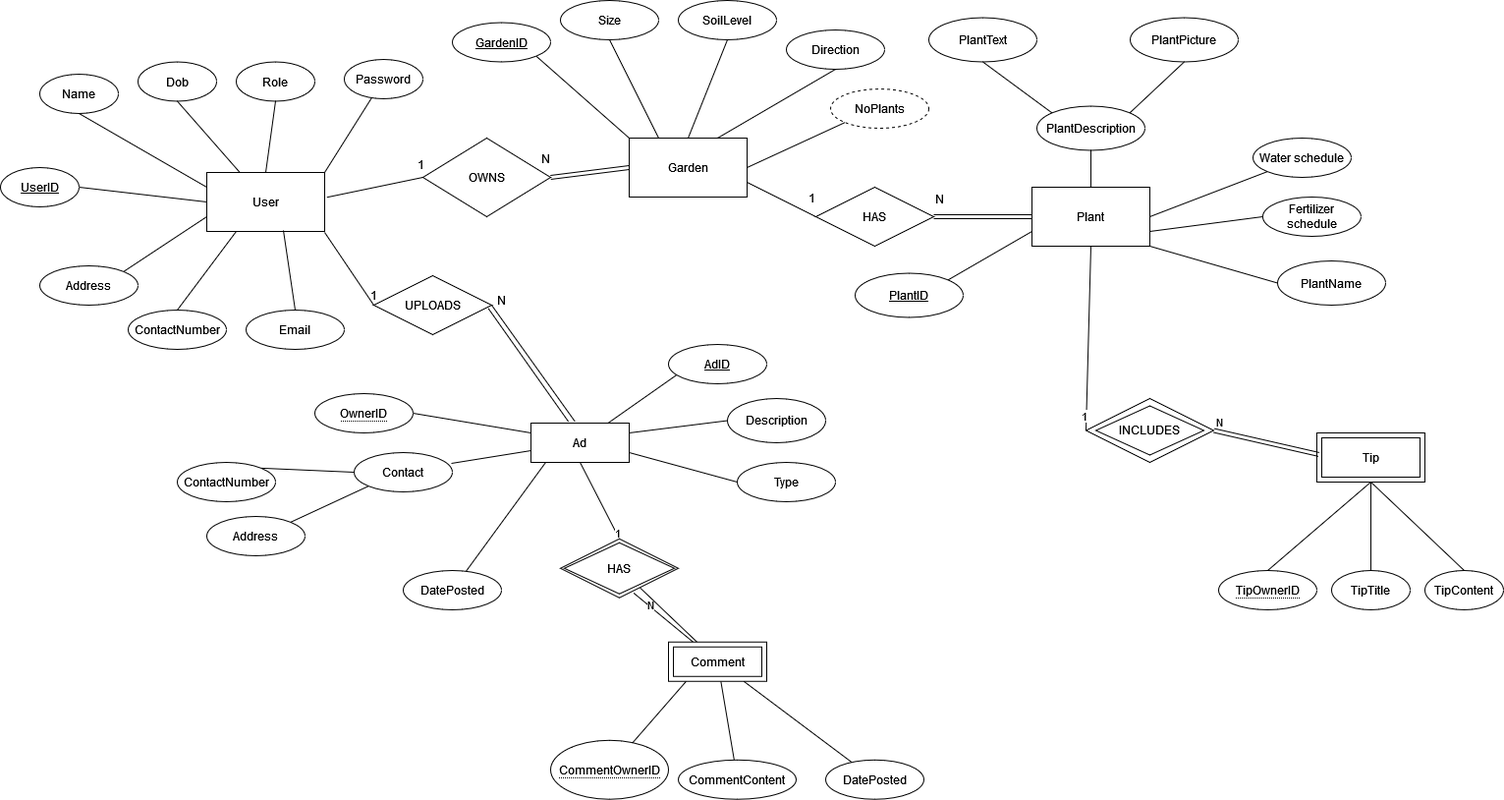
Before: images/er_diagram.png, a diagram exported from draw.io (hannahshiels/dit341). Source tidied: cells renumbered, new cells last; positions are measured from the earlier drawing's top-left corner, leaving out a move shared by most shapes.
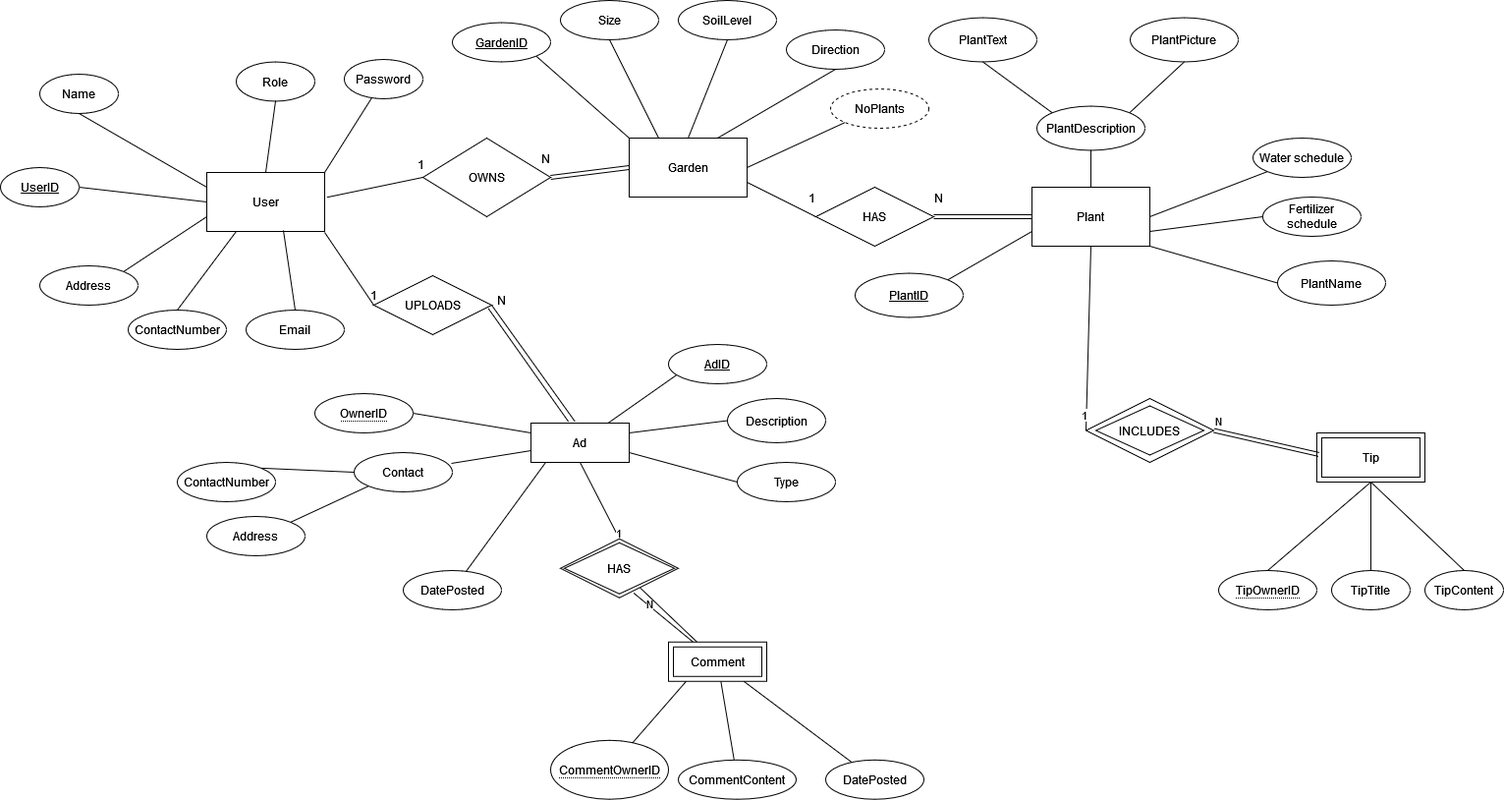
The same file after the commit.

Commit message:
update er diagram and pages description to be more accurate

Diff of the diagram source:
```diff
@@ -11,18 +11,12 @@
     <mxCell id="4" value="Plant" style="whiteSpace=wrap;html=1;align=center;" parent="1" vertex="1">
       <mxGeometry x="1050" y="190" width="120" height="60" as="geometry" />
     </mxCell>
-    <mxCell id="5" style="endArrow=none;html=1;entryX=0.5;entryY=1;entryDx=0;entryDy=0;" parent="1" edge="1" source="3" target="8">
-      <mxGeometry relative="1" as="geometry" />
-    </mxCell>
     <mxCell id="6" style="endArrow=none;html=1;exitX=0;exitY=0.25;exitDx=0;exitDy=0;entryX=0.5;entryY=1;entryDx=0;entryDy=0;" parent="1" edge="1" source="3" target="7">
       <mxGeometry relative="1" as="geometry" />
     </mxCell>
     <mxCell id="7" value="Name" style="ellipse;whiteSpace=wrap;html=1;" parent="1" vertex="1">
       <mxGeometry x="40" y="75" width="80" height="40" as="geometry" />
     </mxCell>
-    <mxCell id="8" value="Dob" style="ellipse;whiteSpace=wrap;html=1;" parent="1" vertex="1">
-      <mxGeometry x="140" y="62.5" width="80" height="40" as="geometry" />
-    </mxCell>
     <mxCell id="9" style="endArrow=none;html=1;entryX=0;entryY=0.5;entryDx=0;entryDy=0;exitX=1;exitY=0.25;exitDx=0;exitDy=0;" parent="1" edge="1" source="56" target="10">
       <mxGeometry relative="1" as="geometry" />
     </mxCell>
```
